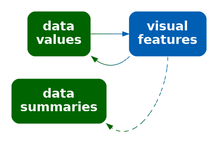
pmur002/hdvw keeps this Graphviz diagram as Diagrams/data-vis-stat-decode.png. Above is the earlier version. Its source is kept beside it as Diagrams/data-vis-stat-decode.dot.
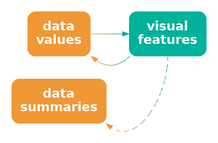
The same file after the commit.

The edit, as a diff of the source:
```diff
@@ -1,12 +1,12 @@
 digraph {
   graph [ rankdir=LR; margin=.2; nodesep=.5 ];
   node [ fontsize=20; fontname="sans bold"; margin=.2 ];
-  data [ label="data\nvalues"; shape=box; style="filled, rounded"; penwidth=0; fontcolor=white; fillcolor="#006400" ]
-  stat [ label="data\nsummaries"; shape=box; style="filled, rounded"; penwidth=0; fontcolor=white; fillcolor="#006400" ]
+  data [ label="data\nvalues"; shape=box; style="filled, rounded"; penwidth=0; fontcolor=white; fillcolor="#F09736" ]
+  stat [ label="data\nsummaries"; shape=box; style="filled, rounded"; penwidth=0; fontcolor=white; fillcolor="#F09736" ]
   vis [ label="visual\nfeatures"; shape=box;
-     style="filled, rounded"; penwidth=0; fontcolor=white; fillcolor="#005FB2" ]
-  data -> vis [ color="#006400;0.1:#006314;0.1:#006328;0.1:#00623B;0.1:#00624F;0.1:#006163;0.1:#006177;0.1:#00608A;0.1:#00609E;0.1:#005FB2;0.1" ]
-  vis:sw -> data:se [ style="dashed", color="#005FB2;0.1:#00609E;0.1:#00608A;0.1:#006177;0.1:#006163;0.1:#00624F;0.1:#00623B;0.1:#006328;0.1:#006314;0.1:#006400;0.1" ]
-  vis:s -> stat:se [ style="dashed", color="#005FB2;0.1:#00609E;0.1:#00608A;0.1:#006177;0.1:#006163;0.1:#00624F;0.1:#00623B;0.1:#006328;0.1:#006314;0.1:#006400;0.1" ]
+     style="filled, rounded"; penwidth=0; fontcolor=white; fillcolor="#00B19B" ]
+  data -> vis [ color="#F09736;0.1:#D59A41;0.1:#BB9D4C;0.1:#A0A058;0.1:#85A363;0.1:#6BA56E;0.1:#50A879;0.1:#35AB85;0.1:#1BAE90;0.1:#00B19B;0.1" ]
+  vis:sw -> data:se [ style="dashed", color="#00B19B;0.1:#1BAE90;0.1:#35AB85;0.1:#50A879;0.1:#6BA56E;0.1:#85A363;0.1:#A0A058;0.1:#BB9D4C;0.1:#D59A41;0.1:#F09736;0.1" ]
+  vis:s -> stat:se [ style="dashed", color="#00B19B;0.1:#1BAE90;0.1:#35AB85;0.1:#50A879;0.1:#6BA56E;0.1:#85A363;0.1:#A0A058;0.1:#BB9D4C;0.1:#D59A41;0.1:#F09736;0.1" ]
 { rank=same; data, stat }
 }
```
